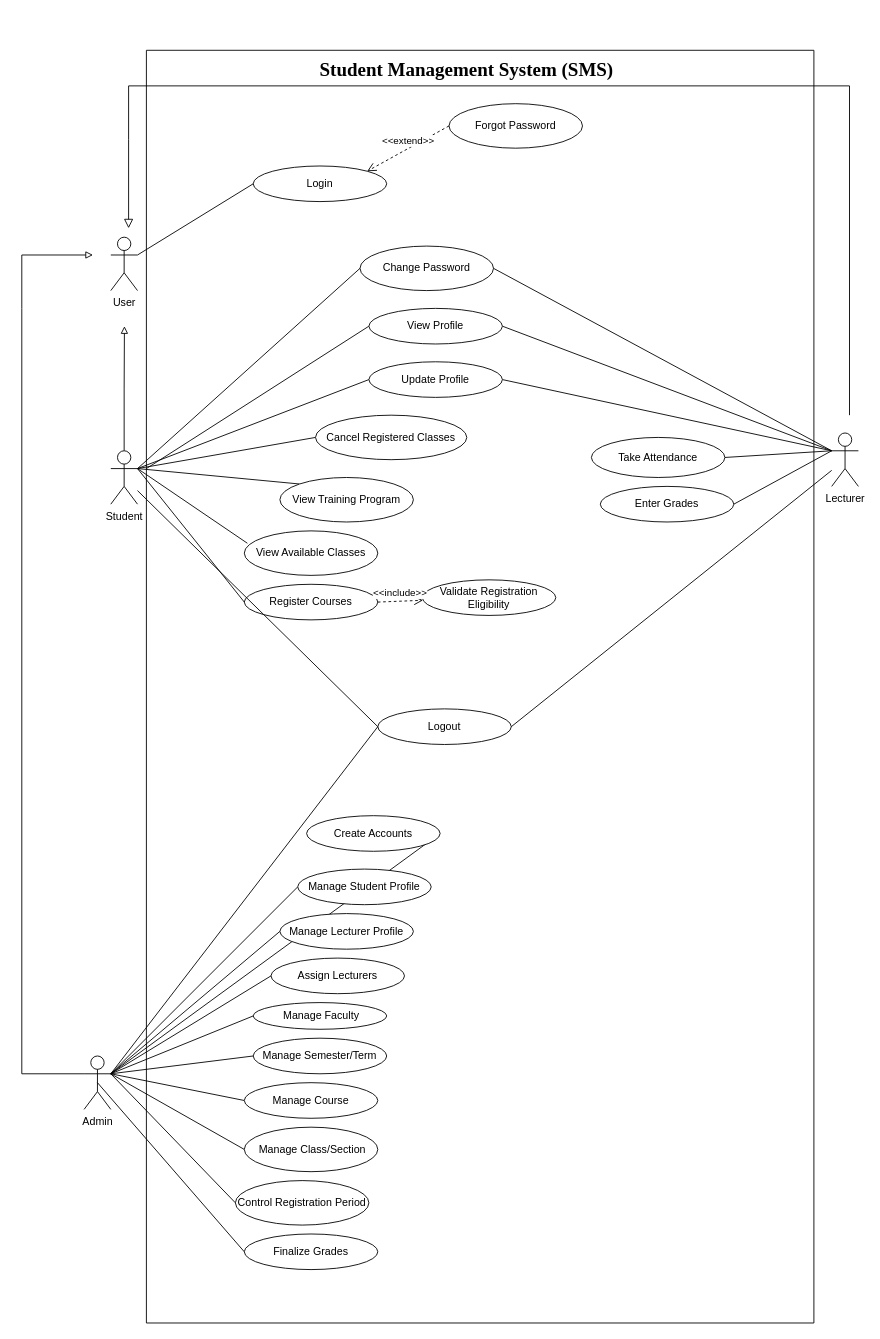
Before: page "Usecase Diagram" (6 of 8) of Requirements/SMS digram.drawio in iamtien77/student-management-system, a draw.io diagram. Source tidied: cells renumbered, new cells numbered last; positions are measured from the earlier drawing's top-left corner, leaving out a move shared by most shapes. Both pictures are drawn from the tidied source at 89%, with x=0, y=0 at pixel (21, 50).
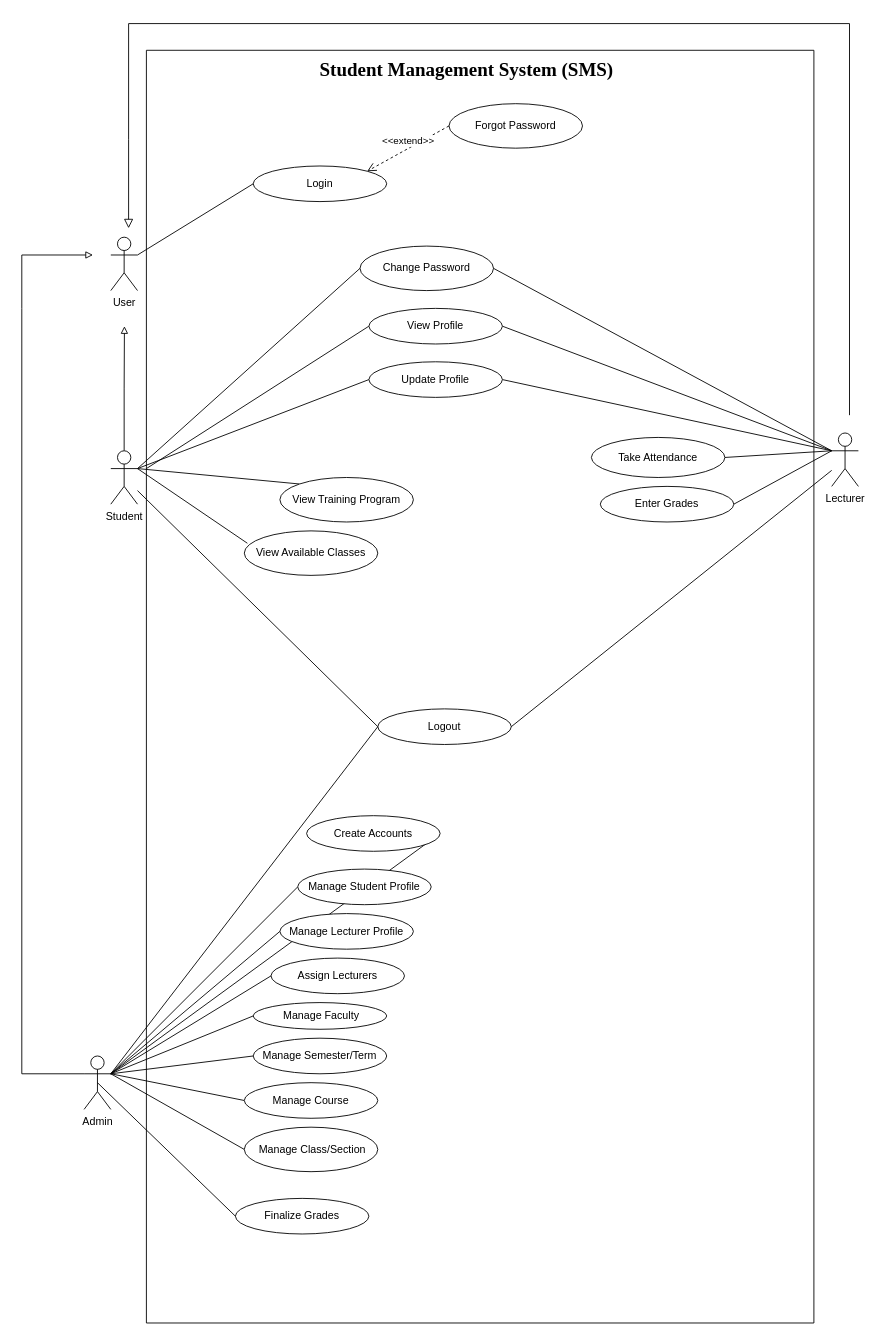
The same page after the edit.

Unchanged cells that the change refers to:
```xml
<mxCell id="3" value="Student" style="shape=umlActor;verticalLabelPosition=bottom;verticalAlign=top;html=1;outlineConnect=0;" parent="1" vertex="1">
  <mxGeometry x="100" y="450" width="30" height="60" as="geometry" />
</mxCell>
<mxCell id="16" value="Admin" style="shape=umlActor;verticalLabelPosition=bottom;verticalAlign=top;html=1;outlineConnect=0;flipH=1;legacyAnchorPoints=0;" parent="1" vertex="1">
  <mxGeometry x="70" y="1130" width="30" height="60" as="geometry" />
</mxCell>
<mxCell id="34" style="swimlane;startSize=0;" parent="1" vertex="1">
  <mxGeometry x="140" width="750" height="1430" as="geometry" />
</mxCell>
```

Change to the diagram source:
```diff
@@
-    <mxCell id="7" style="endArrow=none;html=1;rounded=0;exitX=0;exitY=0.5;exitDx=0;exitDy=0;entryX=1;entryY=0.3333333333333333;entryDx=0;entryDy=0;entryPerimeter=0;" parent="1" edge="1" source="47" target="3">
-      <mxGeometry relative="1" as="geometry" />
-    </mxCell>
@@
-    <mxCell id="23" style="endArrow=none;html=1;rounded=0;entryX=0;entryY=0.3333333333333333;entryDx=0;entryDy=0;entryPerimeter=0;exitX=0;exitY=0.5;exitDx=0;exitDy=0;" parent="1" edge="1" source="58" target="16">
-      <mxGeometry relative="1" as="geometry" />
-    </mxCell>
@@
     <mxCell id="30" style="endArrow=block;html=1;rounded=0;align=center;verticalAlign=bottom;endFill=0;labelBackgroundColor=none;endSize=8;" parent="1" edge="1">
       <mxGeometry relative="1" as="geometry">
         <mxPoint x="930" y="410" as="sourcePoint" />
         <mxPoint x="120" y="200" as="targetPoint" />
         <Array as="points">
-          <mxPoint x="930" y="40" />
-          <mxPoint x="120" y="40" />
+          <mxPoint x="930" y="-30" />
+          <mxPoint x="120" y="-30" />
           <mxPoint x="120" y="100" />
         </Array>
       </mxGeometry>
     </mxCell>
@@
-    <mxCell id="33" style="endArrow=none;html=1;rounded=0;exitX=0;exitY=0.5;exitDx=0;exitDy=0;" parent="1" edge="1" source="52">
-      <mxGeometry relative="1" as="geometry">
-        <mxPoint x="130" y="470" as="targetPoint" />
-      </mxGeometry>
-    </mxCell>
@@
-    <mxCell id="47" value="&lt;span&gt;Cancel Registered Classes&lt;/span&gt;" style="ellipse;whiteSpace=wrap;html=1;" parent="34" vertex="1">
-      <mxGeometry x="190" y="410" width="170" height="50" as="geometry" />
-    </mxCell>
@@
-    <mxCell id="52" value="Register Courses" style="ellipse;whiteSpace=wrap;html=1;" parent="34" vertex="1">
-      <mxGeometry x="110" y="600" width="150" height="40" as="geometry" />
-    </mxCell>
-    <mxCell id="53" value="Validate Registration Eligibility" style="ellipse;whiteSpace=wrap;html=1;" parent="34" vertex="1">
-      <mxGeometry x="310" y="595" width="150" height="40" as="geometry" />
-    </mxCell>
-    <mxCell id="54" value="&amp;lt;&amp;lt;include&amp;gt;&amp;gt;" style="html=1;verticalAlign=bottom;endArrow=open;dashed=1;endSize=8;curved=0;rounded=0;exitX=1;exitY=0.5;exitDx=0;exitDy=0;" parent="34" edge="1" source="52" target="53">
-      <mxGeometry relative="1" as="geometry" />
-    </mxCell>
@@
     <mxCell id="57" value="Finalize Grades" style="ellipse;whiteSpace=wrap;html=1;" parent="34" vertex="1">
-      <mxGeometry x="110" y="1330" width="150" height="40" as="geometry" />
+      <mxGeometry x="100" y="1290" width="150" height="40" as="geometry" />
     </mxCell>
-    <mxCell id="58" value="Control Registration Period" style="ellipse;whiteSpace=wrap;html=1;" parent="34" vertex="1">
-      <mxGeometry x="100" y="1270" width="150" height="50" as="geometry" />
-    </mxCell>
```
